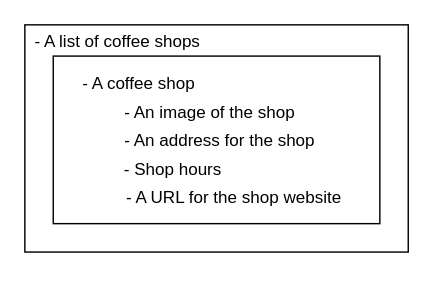
Above: web-420/week-6/api/APIdescriptors.drawio in joneskj55/wireframes (draw.io), before the change. Source tidied: cells renumbered, new cells numbered last; positions are measured from the earlier drawing's top-left corner, leaving out a move shared by most shapes. Both pictures are drawn from the tidied source at 142%, with x=0, y=0 at pixel (24, 24).
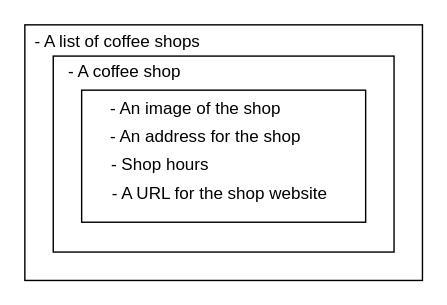
After the change.

Diff of the diagram source:
```diff
@@
 <mxGraphModel>
   <root>
     <mxCell id="0" />
     <mxCell id="1" parent="0" />
     <mxCell id="2" style="rounded=0;whiteSpace=wrap;html=1;" parent="1" vertex="1">
-      <mxGeometry width="270" height="160" as="geometry" />
+      <mxGeometry width="280" height="180" as="geometry" />
     </mxCell>
     <mxCell id="3" style="rounded=0;whiteSpace=wrap;html=1;" parent="1" vertex="1">
-      <mxGeometry x="20" y="22" width="230" height="118" as="geometry" />
+      <mxGeometry x="20" y="22" width="240" height="138" as="geometry" />
     </mxCell>
     <mxCell id="4" value="- A list of coffee shops" style="text;html=1;align=center;verticalAlign=middle;" parent="1" vertex="1">
       <mxGeometry y="2" width="130" height="20" as="geometry" />
     </mxCell>
     <mxCell id="5" value="- A coffee shop" style="text;html=1;align=center;verticalAlign=middle;" parent="1" vertex="1">
-      <mxGeometry x="30" y="32" width="100" height="20" as="geometry" />
+      <mxGeometry x="20" y="23" width="100" height="20" as="geometry" />
     </mxCell>
+    <mxCell id="10" style="rounded=0;whiteSpace=wrap;html=1;" parent="1" vertex="1">
+      <mxGeometry x="40" y="46" width="200" height="93" as="geometry" />
+    </mxCell>
     <mxCell id="6" value="- An image of the shop" style="text;html=1;align=center;verticalAlign=middle;" parent="1" vertex="1">
-      <mxGeometry x="60" y="52" width="140" height="20" as="geometry" />
+      <mxGeometry x="50" y="49" width="140" height="20" as="geometry" />
     </mxCell>
     <mxCell id="7" value="- An address for the shop" style="text;html=1;align=center;verticalAlign=middle;" parent="1" vertex="1">
-      <mxGeometry x="62" y="72" width="150" height="20" as="geometry" />
+      <mxGeometry x="52" y="69" width="150" height="20" as="geometry" />
     </mxCell>
     <mxCell id="8" value="- Shop hours" style="text;html=1;align=center;verticalAlign=middle;" parent="1" vertex="1">
-      <mxGeometry x="64" y="92" width="80" height="20" as="geometry" />
+      <mxGeometry x="55" y="89" width="80" height="20" as="geometry" />
     </mxCell>
     <mxCell id="9" value="- A URL for the shop website" style="text;html=1;align=center;verticalAlign=middle;" parent="1" vertex="1">
-      <mxGeometry x="62" y="112" width="170" height="20" as="geometry" />
+      <mxGeometry x="52" y="109" width="170" height="20" as="geometry" />
     </mxCell>
   </root>
 </mxGraphModel>
```
